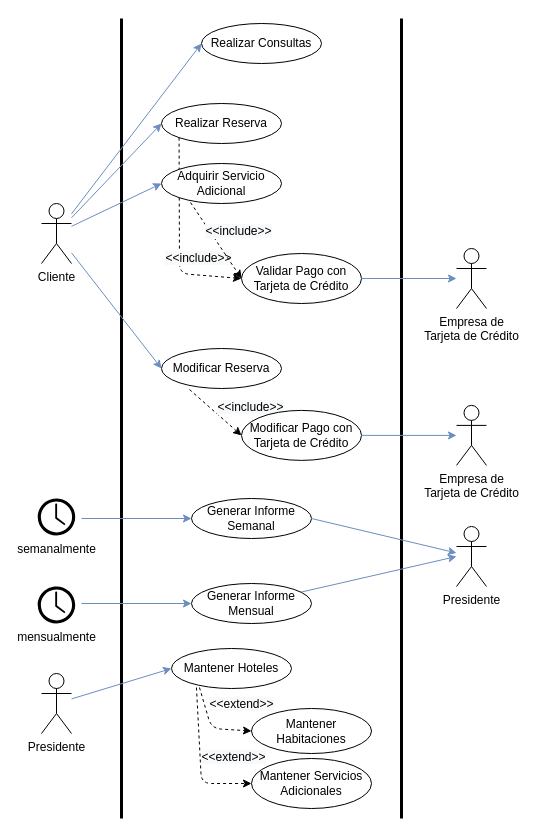
The draw.io diagram TP2/diagramas/casos de uso/diag.drawio in mauro7x/aninfo, before the edit. Source tidied: cells renumbered, new cells numbered last; positions are measured from the earlier drawing's top-left corner, leaving out a move shared by most shapes. Both pictures are drawn from the tidied source at 100%, with x=0, y=0 at pixel (37, 18).
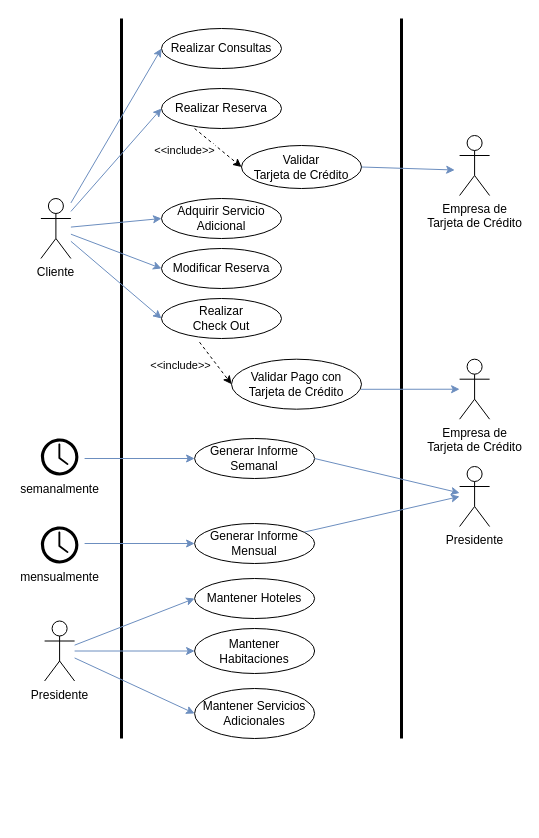
The same page after the edit.

What changed in the source:
```diff
@@
     <mxCell id="2" style="endArrow=none;html=1;strokeWidth=3;" parent="1" edge="1">
       <mxGeometry relative="1" as="geometry">
-        <mxPoint x="84" y="800" as="sourcePoint" />
+        <mxPoint x="84" y="720" as="sourcePoint" />
         <mxPoint x="84" as="targetPoint" />
       </mxGeometry>
     </mxCell>
     <mxCell id="3" style="endArrow=none;html=1;strokeWidth=3;" parent="1" edge="1">
       <mxGeometry relative="1" as="geometry">
-        <mxPoint x="364" y="800" as="sourcePoint" />
+        <mxPoint x="364" y="720" as="sourcePoint" />
         <mxPoint x="364" as="targetPoint" />
       </mxGeometry>
     </mxCell>
@@
     <mxCell id="5" value="Cliente" style="shape=umlActor;verticalLabelPosition=bottom;verticalAlign=top;html=1;outlineConnect=0;" parent="1" vertex="1">
-      <mxGeometry x="4" y="185" width="30" height="60" as="geometry" />
+      <mxGeometry x="3.4" y="180" width="30" height="60" as="geometry" />
     </mxCell>
     <mxCell id="6" value="Realizar Consultas" style="ellipse;whiteSpace=wrap;html=1;strokeWidth=1;fontSize=12;" parent="1" vertex="1">
-      <mxGeometry x="164" y="5" width="120" height="40" as="geometry" />
+      <mxGeometry x="124" y="10" width="120" height="40" as="geometry" />
     </mxCell>
@@
     <mxCell id="8" value="Realizar Reserva" style="ellipse;whiteSpace=wrap;html=1;strokeWidth=1;fontSize=12;" parent="1" vertex="1">
-      <mxGeometry x="124" y="85" width="120" height="40" as="geometry" />
+      <mxGeometry x="124" y="70" width="120" height="40" as="geometry" />
     </mxCell>
@@
     <mxCell id="10" value="Modificar Reserva" style="ellipse;whiteSpace=wrap;html=1;strokeWidth=1;fontSize=12;" parent="1" vertex="1">
-      <mxGeometry x="124" y="330" width="120" height="40" as="geometry" />
+      <mxGeometry x="124" y="230" width="120" height="40" as="geometry" />
     </mxCell>
@@
-    <mxCell id="12" value="Validar Pago con Tarjeta de Crédito" style="ellipse;whiteSpace=wrap;html=1;strokeWidth=1;fontSize=12;" parent="1" vertex="1">
-      <mxGeometry x="204" y="235" width="120" height="50" as="geometry" />
-    </mxCell>
     <mxCell id="13" value="Empresa de&lt;br&gt;Tarjeta de Crédito" style="shape=umlActor;verticalLabelPosition=bottom;verticalAlign=top;html=1;outlineConnect=0;" parent="1" vertex="1">
-      <mxGeometry x="419" y="386.9" width="30" height="60" as="geometry" />
+      <mxGeometry x="422.1" y="340.7" width="30" height="60" as="geometry" />
     </mxCell>
-    <mxCell id="14" style="endArrow=classic;html=1;exitX=0;exitY=1;exitDx=0;exitDy=0;entryX=0;entryY=0.5;entryDx=0;entryDy=0;dashed=1;" parent="1" edge="1" source="8" target="12">
-      <mxGeometry relative="1" as="geometry">
-        <Array as="points">
-          <mxPoint x="142" y="255" />
-        </Array>
-      </mxGeometry>
-    </mxCell>
-    <mxCell id="15" value="&lt;span style=&quot;font-size: 12px ; background-color: rgb(248 , 249 , 250)&quot;&gt;&amp;lt;&amp;lt;include&amp;gt;&amp;gt;&lt;/span&gt;" style="edgeLabel;html=1;align=center;verticalAlign=middle;fontSize=14;" parent="14" vertex="1">
-      <mxGeometry x="0.41" y="-1" relative="1" as="geometry">
-        <mxPoint x="14.1" y="-18.2" as="offset" />
-      </mxGeometry>
-    </mxCell>
-    <mxCell id="16" style="endArrow=classic;html=1;strokeWidth=1;fontSize=14;fillColor=#dae8fc;strokeColor=#6c8ebf;" parent="1" edge="1" source="12" target="31">
-      <mxGeometry relative="1" as="geometry" />
-    </mxCell>
     <mxCell id="17" value="Adquirir Servicio&lt;br&gt;Adicional" style="ellipse;whiteSpace=wrap;html=1;strokeWidth=1;fontSize=12;" parent="1" vertex="1">
-      <mxGeometry x="124" y="145" width="120" height="40" as="geometry" />
+      <mxGeometry x="124" y="180" width="120" height="40" as="geometry" />
     </mxCell>
     <mxCell id="18" style="edgeStyle=none;jettySize=auto;html=1;strokeColor=#6c8ebf;strokeWidth=1;fillColor=#dae8fc;fontSize=14;entryX=0;entryY=0.5;entryDx=0;entryDy=0;" parent="1" edge="1" target="20">
       <mxGeometry relative="1" as="geometry">
-        <mxPoint x="44" y="585" as="sourcePoint" />
+        <mxPoint x="47.1" y="525" as="sourcePoint" />
       </mxGeometry>
     </mxCell>
@@
     <mxCell id="20" value="Generar Informe&lt;br&gt;Mensual" style="ellipse;whiteSpace=wrap;html=1;strokeWidth=1;fontSize=12;" parent="1" vertex="1">
-      <mxGeometry x="154" y="565" width="120" height="40" as="geometry" />
+      <mxGeometry x="157.1" y="505" width="120" height="40" as="geometry" />
     </mxCell>
     <mxCell id="21" style="edgeStyle=none;jettySize=auto;html=1;entryX=0;entryY=0.5;entryDx=0;entryDy=0;strokeColor=#6c8ebf;strokeWidth=1;fillColor=#dae8fc;fontSize=14;" parent="1" edge="1" target="22">
       <mxGeometry relative="1" as="geometry">
-        <mxPoint x="44" y="500" as="sourcePoint" />
+        <mxPoint x="47.1" y="440" as="sourcePoint" />
       </mxGeometry>
     </mxCell>
     <mxCell id="22" value="Generar Informe&lt;br&gt;Semanal" style="ellipse;whiteSpace=wrap;html=1;strokeWidth=1;fontSize=12;" parent="1" vertex="1">
-      <mxGeometry x="154" y="480" width="120" height="40" as="geometry" />
+      <mxGeometry x="157.1" y="420" width="120" height="40" as="geometry" />
     </mxCell>
@@
     <mxCell id="24" value="Presidente" style="shape=umlActor;verticalLabelPosition=bottom;verticalAlign=top;html=1;outlineConnect=0;" parent="1" vertex="1">
-      <mxGeometry x="4" y="655" width="30" height="60" as="geometry" />
+      <mxGeometry x="7.1" y="602.5" width="30" height="60" as="geometry" />
     </mxCell>
-    <mxCell id="25" style="endArrow=classic;html=1;exitX=0.233;exitY=1.025;exitDx=0;exitDy=0;dashed=1;exitPerimeter=0;entryX=0;entryY=0.5;entryDx=0;entryDy=0;" parent="1" edge="1" source="10" target="27">
-      <mxGeometry relative="1" as="geometry" />
-    </mxCell>
-    <mxCell id="26" value="&lt;span style=&quot;font-size: 12px ; background-color: rgb(248 , 249 , 250)&quot;&gt;&amp;lt;&amp;lt;include&amp;gt;&amp;gt;&lt;/span&gt;" style="edgeLabel;html=1;align=center;verticalAlign=middle;fontSize=14;" parent="25" vertex="1">
-      <mxGeometry x="0.15" relative="1" as="geometry">
-        <mxPoint x="30.9" y="-10.4" as="offset" />
-      </mxGeometry>
-    </mxCell>
-    <mxCell id="27" value="Modificar Pago con Tarjeta de Crédito" style="ellipse;whiteSpace=wrap;html=1;strokeWidth=1;fontSize=12;" parent="1" vertex="1">
-      <mxGeometry x="204" y="391.9" width="120" height="50" as="geometry" />
-    </mxCell>
-    <mxCell id="28" style="endArrow=classic;html=1;exitX=0.242;exitY=0.975;exitDx=0;exitDy=0;dashed=1;exitPerimeter=0;entryX=0;entryY=0.5;entryDx=0;entryDy=0;" parent="1" edge="1" source="17" target="12">
-      <mxGeometry relative="1" as="geometry" />
-    </mxCell>
-    <mxCell id="29" value="&lt;span style=&quot;font-size: 12px ; background-color: rgb(248 , 249 , 250)&quot;&gt;&amp;lt;&amp;lt;include&amp;gt;&amp;gt;&lt;/span&gt;" style="edgeLabel;html=1;align=center;verticalAlign=middle;fontSize=14;" parent="28" vertex="1">
-      <mxGeometry x="0.36" y="2" relative="1" as="geometry">
-        <mxPoint x="11.3" y="-22.6" as="offset" />
-      </mxGeometry>
-    </mxCell>
-    <mxCell id="30" style="edgeStyle=none;jettySize=auto;html=1;exitX=1;exitY=0.5;exitDx=0;exitDy=0;strokeColor=#6c8ebf;strokeWidth=1;fillColor=#dae8fc;fontSize=14;" parent="1" edge="1" source="27" target="13">
-      <mxGeometry relative="1" as="geometry" />
+    <mxCell id="30" style="edgeStyle=none;jettySize=auto;html=1;strokeColor=#6c8ebf;strokeWidth=1;fillColor=#dae8fc;fontSize=14;" parent="1" edge="1" target="13">
+      <mxGeometry relative="1" as="geometry">
+        <mxPoint x="323.4" y="370.8" as="sourcePoint" />
+      </mxGeometry>
     </mxCell>
-    <mxCell id="31" value="Empresa de&lt;br&gt;Tarjeta de Crédito" style="shape=umlActor;verticalLabelPosition=bottom;verticalAlign=top;html=1;outlineConnect=0;" parent="1" vertex="1">
-      <mxGeometry x="419" y="230" width="30" height="60" as="geometry" />
-    </mxCell>
     <mxCell id="32" value="mensualmente" style="shadow=0;dashed=0;html=1;strokeColor=none;fillColor=#000000;labelPosition=center;verticalLabelPosition=bottom;verticalAlign=top;align=center;shape=mxgraph.office.concepts.clock;" parent="1" vertex="1">
-      <mxGeometry x="0.2" y="568" width="37.5" height="37" as="geometry" />
+      <mxGeometry x="3.4" y="508" width="37.5" height="37" as="geometry" />
     </mxCell>
     <mxCell id="33" value="Presidente" style="shape=umlActor;verticalLabelPosition=bottom;verticalAlign=top;html=1;outlineConnect=0;" parent="1" vertex="1">
-      <mxGeometry x="419" y="508" width="30" height="60" as="geometry" />
+      <mxGeometry x="422.1" y="448" width="30" height="60" as="geometry" />
     </mxCell>
@@
     <mxCell id="35" value="semanalmente" style="shadow=0;dashed=0;html=1;strokeColor=none;fillColor=#000000;labelPosition=center;verticalLabelPosition=bottom;verticalAlign=top;align=center;shape=mxgraph.office.concepts.clock;" parent="1" vertex="1">
-      <mxGeometry x="0.2" y="480" width="37.5" height="37" as="geometry" />
+      <mxGeometry x="3.4" y="420" width="37.5" height="37" as="geometry" />
     </mxCell>
     <mxCell id="36" value="Mantener Habitaciones" style="ellipse;whiteSpace=wrap;html=1;strokeWidth=1;fontSize=12;" parent="1" vertex="1">
-      <mxGeometry x="214" y="690" width="120" height="45" as="geometry" />
+      <mxGeometry x="157.1" y="610" width="120" height="45" as="geometry" />
     </mxCell>
     <mxCell id="37" value="Mantener Servicios Adicionales" style="ellipse;whiteSpace=wrap;html=1;strokeWidth=1;fontSize=12;" parent="1" vertex="1">
-      <mxGeometry x="214" y="740" width="120" height="50" as="geometry" />
+      <mxGeometry x="157.1" y="670" width="120" height="50" as="geometry" />
     </mxCell>
     <mxCell id="38" value="Mantener Hoteles" style="ellipse;whiteSpace=wrap;html=1;strokeWidth=1;fontSize=12;" parent="1" vertex="1">
-      <mxGeometry x="134" y="630" width="120" height="40" as="geometry" />
+      <mxGeometry x="157.1" y="560" width="120" height="40" as="geometry" />
     </mxCell>
-    <mxCell id="39" style="endArrow=classic;html=1;exitX=0.233;exitY=0.975;exitDx=0;exitDy=0;dashed=1;exitPerimeter=0;entryX=0;entryY=0.5;entryDx=0;entryDy=0;" parent="1" edge="1" source="38" target="36">
-      <mxGeometry relative="1" as="geometry">
-        <Array as="points">
-          <mxPoint x="174" y="710" />
-        </Array>
-      </mxGeometry>
-    </mxCell>
-    <mxCell id="40" value="&lt;span style=&quot;font-size: 12px ; background-color: rgb(248 , 249 , 250)&quot;&gt;&amp;lt;&amp;lt;extend&amp;gt;&amp;gt;&lt;/span&gt;" style="edgeLabel;html=1;align=center;verticalAlign=middle;fontSize=14;" parent="39" vertex="1">
-      <mxGeometry x="0.36" y="2" relative="1" as="geometry">
-        <mxPoint x="16.1" y="-23.9" as="offset" />
-      </mxGeometry>
-    </mxCell>
-    <mxCell id="41" style="endArrow=classic;html=1;exitX=0.208;exitY=0.976;exitDx=0;exitDy=0;dashed=1;exitPerimeter=0;entryX=0;entryY=0.5;entryDx=0;entryDy=0;" parent="1" edge="1" source="38" target="37">
-      <mxGeometry relative="1" as="geometry">
-        <Array as="points">
-          <mxPoint x="164" y="765" />
-        </Array>
-      </mxGeometry>
-    </mxCell>
-    <mxCell id="42" value="&lt;span style=&quot;font-size: 12px ; background-color: rgb(248 , 249 , 250)&quot;&gt;&amp;lt;&amp;lt;extend&amp;gt;&amp;gt;&lt;/span&gt;" style="edgeLabel;html=1;align=center;verticalAlign=middle;fontSize=14;" parent="41" vertex="1">
-      <mxGeometry x="0.36" y="2" relative="1" as="geometry">
-        <mxPoint x="28.6" y="-25.7" as="offset" />
-      </mxGeometry>
-    </mxCell>
+    <mxCell id="43" style="edgeStyle=none;jettySize=auto;html=1;strokeColor=#6c8ebf;strokeWidth=1;fillColor=#dae8fc;fontSize=14;entryX=0;entryY=0.5;entryDx=0;entryDy=0;" parent="1" edge="1" source="24" target="37">
+      <mxGeometry relative="1" as="geometry" />
+    </mxCell>
+    <mxCell id="44" style="edgeStyle=none;jettySize=auto;html=1;strokeColor=#6c8ebf;strokeWidth=1;fillColor=#dae8fc;fontSize=14;entryX=0;entryY=0.5;entryDx=0;entryDy=0;" parent="1" edge="1" source="24" target="36">
+      <mxGeometry relative="1" as="geometry" />
+    </mxCell>
+    <mxCell id="45" style="rounded=0;jettySize=auto;html=1;exitX=0.317;exitY=1.092;exitDx=0;exitDy=0;entryX=0;entryY=0.5;entryDx=0;entryDy=0;dashed=1;exitPerimeter=0;" parent="1" edge="1" source="47" target="12">
+      <mxGeometry relative="1" as="geometry" />
+    </mxCell>
+    <mxCell id="46" value="&amp;lt;&amp;lt;include&amp;gt;&amp;gt;" style="edgeLabel;html=1;align=center;verticalAlign=middle;" parent="45" vertex="1">
+      <mxGeometry x="0.19" y="-2" relative="1" as="geometry">
+        <mxPoint x="-37.2" y="-2.9" as="offset" />
+      </mxGeometry>
+    </mxCell>
+    <mxCell id="47" value="Realizar &lt;br&gt;Check Out" style="ellipse;whiteSpace=wrap;html=1;strokeWidth=1;fontSize=12;" parent="1" vertex="1">
+      <mxGeometry x="124" y="280" width="120" height="40" as="geometry" />
+    </mxCell>
+    <mxCell id="48" style="endArrow=classic;html=1;strokeWidth=1;fontSize=14;fillColor=#dae8fc;strokeColor=#6c8ebf;entryX=0;entryY=0.5;entryDx=0;entryDy=0;" parent="1" edge="1" source="5" target="47">
+      <mxGeometry relative="1" as="geometry" />
+    </mxCell>
+    <mxCell id="12" value="Validar Pago con &lt;br&gt;Tarjeta de Crédito" style="ellipse;whiteSpace=wrap;html=1;strokeWidth=1;fontSize=12;" parent="1" vertex="1">
+      <mxGeometry x="194" y="340.7" width="130" height="50" as="geometry" />
+    </mxCell>
+    <mxCell id="31" value="Empresa de&lt;br&gt;Tarjeta de Crédito" style="shape=umlActor;verticalLabelPosition=bottom;verticalAlign=top;html=1;outlineConnect=0;" parent="1" vertex="1">
+      <mxGeometry x="422.1" y="117" width="30" height="60" as="geometry" />
+    </mxCell>
+    <mxCell id="49" style="rounded=0;jettySize=auto;html=1;exitX=0.317;exitY=1.092;exitDx=0;exitDy=0;entryX=0;entryY=0.5;entryDx=0;entryDy=0;dashed=1;exitPerimeter=0;" parent="1" edge="1" target="51">
+      <mxGeometry relative="1" as="geometry">
+        <mxPoint x="157.1" y="110" as="sourcePoint" />
+      </mxGeometry>
+    </mxCell>
+    <mxCell id="50" value="&amp;lt;&amp;lt;include&amp;gt;&amp;gt;" style="edgeLabel;html=1;align=center;verticalAlign=middle;" parent="49" vertex="1">
+      <mxGeometry x="0.19" y="-2" relative="1" as="geometry">
+        <mxPoint x="-37.2" y="-2.9" as="offset" />
+      </mxGeometry>
+    </mxCell>
+    <mxCell id="51" value="Validar&lt;br&gt;Tarjeta de Crédito" style="ellipse;whiteSpace=wrap;html=1;strokeWidth=1;fontSize=12;" parent="1" vertex="1">
+      <mxGeometry x="204" y="127" width="120" height="43" as="geometry" />
+    </mxCell>
+    <mxCell id="52" style="edgeStyle=none;jettySize=auto;html=1;strokeColor=#6c8ebf;strokeWidth=1;fillColor=#dae8fc;fontSize=14;exitX=1;exitY=0.5;exitDx=0;exitDy=0;" parent="1" edge="1" source="51">
+      <mxGeometry relative="1" as="geometry">
+        <mxPoint x="417.2" y="151.5" as="targetPoint" />
+      </mxGeometry>
+    </mxCell>
```
